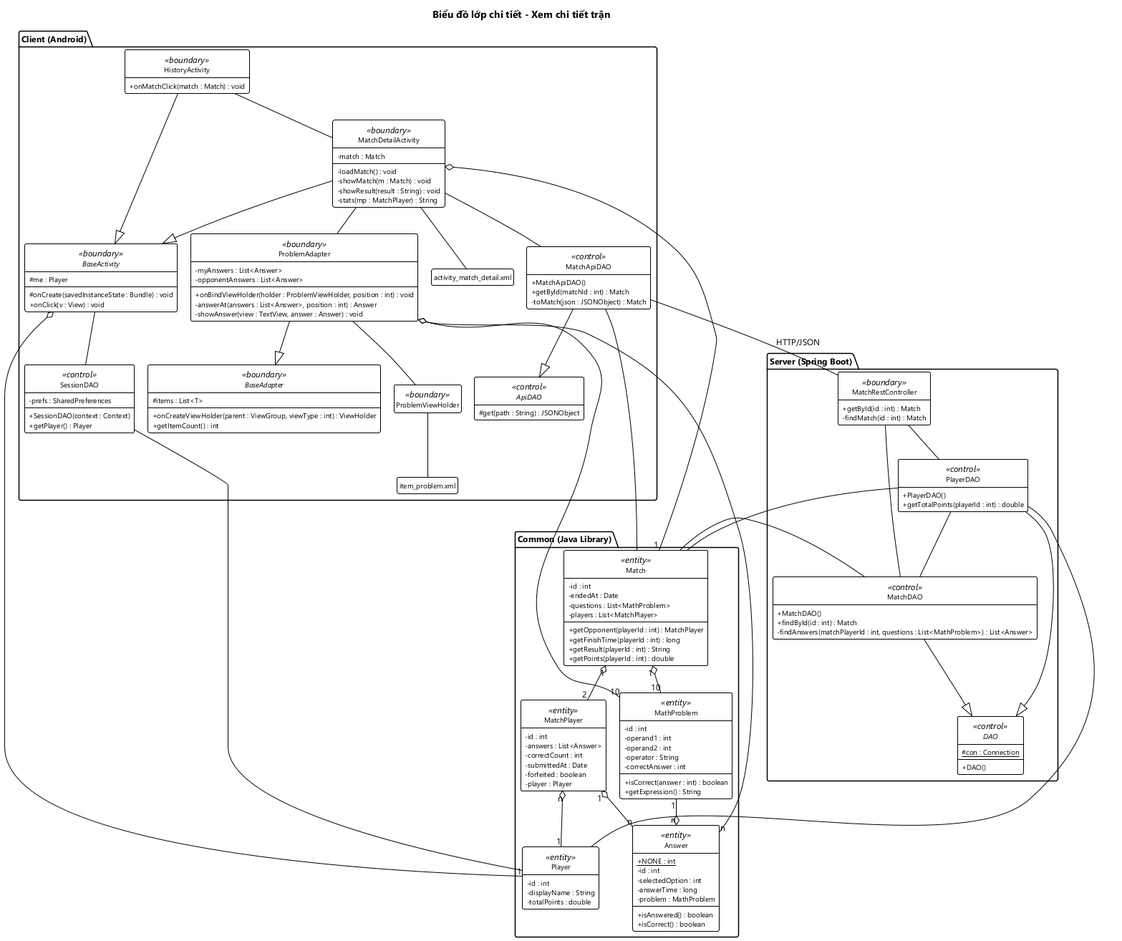
This is docs/hung/lop-thiet-ke-xem-chi-tiet-tran.png from HungNguyenBa1811/math-dash, a PlantUML export, as it was before one commit.
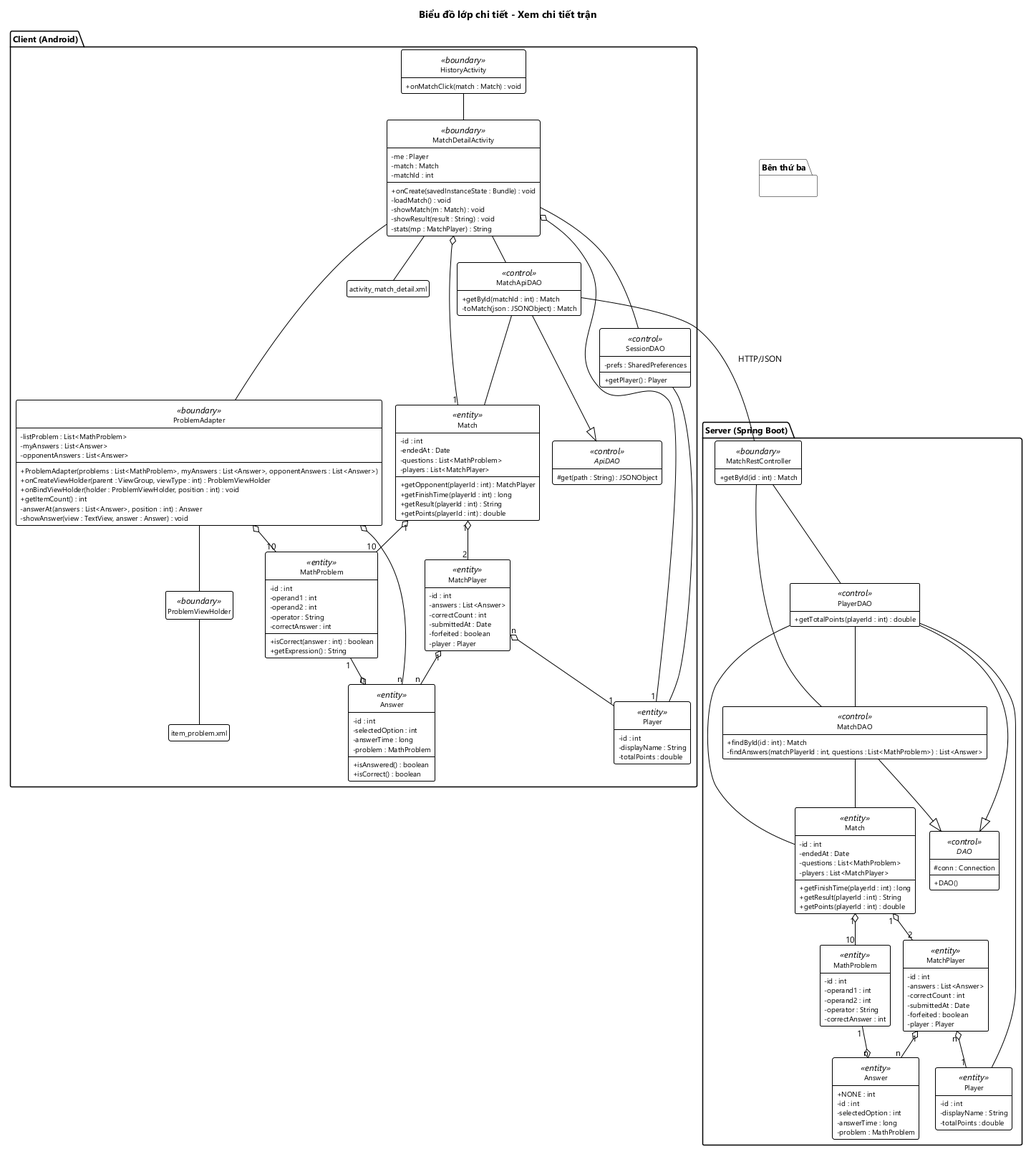
Later version of the same file.

Diff of the diagram source:
```diff
@@ -3,30 +3,27 @@
 title Biểu đồ lớp chi tiết - Xem chi tiết trận
 
 package "Client (Android)" as PC {
-  abstract class BaseActivity <<boundary>> {
-    # me : Player
-    # onCreate(savedInstanceState : Bundle) : void
-    + onClick(v : View) : void
-  }
-  abstract class BaseAdapter <<boundary>> {
-    # items : List<T>
-    + onCreateViewHolder(parent : ViewGroup, viewType : int) : ViewHolder
-    + getItemCount() : int
-  }
   class HistoryActivity <<boundary>> {
     + onMatchClick(match : Match) : void
   }
   class MatchDetailActivity <<boundary>> {
+    - me : Player
     - match : Match
+    - matchId : int
+    + onCreate(savedInstanceState : Bundle) : void
     - loadMatch() : void
     - showMatch(m : Match) : void
     - showResult(result : String) : void
     - stats(mp : MatchPlayer) : String
   }
   class ProblemAdapter <<boundary>> {
+    - listProblem : List<MathProblem>
     - myAnswers : List<Answer>
     - opponentAnswers : List<Answer>
+    + ProblemAdapter(problems : List<MathProblem>, myAnswers : List<Answer>, opponentAnswers : List<Answer>)
+    + onCreateViewHolder(parent : ViewGroup, viewType : int) : ProblemViewHolder
     + onBindViewHolder(holder : ProblemViewHolder, position : int) : void
+    + getItemCount() : int
     - answerAt(answers : List<Answer>, position : int) : Answer
     - showAnswer(view : TextView, answer : Answer) : void
   }
@@ -35,20 +32,15 @@
   class "item_problem.xml" as xmlItemProblem
   class SessionDAO <<control>> {
     - prefs : SharedPreferences
-    + SessionDAO(context : Context)
     + getPlayer() : Player
   }
   abstract class ApiDAO <<control>> {
     # get(path : String) : JSONObject
   }
   class MatchApiDAO <<control>> {
-    + MatchApiDAO()
     + getById(matchId : int) : Match
     - toMatch(json : JSONObject) : Match
   }
-}
-
-package "Common (Java Library)" as PM {
   class Player <<entity>> {
     - id : int
     - displayName : String
@@ -72,15 +64,6 @@
     - forfeited : boolean
     - player : Player
   }
-  class Answer <<entity>> {
-    + {static} NONE : int
-    - id : int
-    - selectedOption : int
-    - answerTime : long
-    - problem : MathProblem
-    + isAnswered() : boolean
-    + isCorrect() : boolean
-  }
   class MathProblem <<entity>> {
     - id : int
     - operand1 : int
@@ -90,42 +73,83 @@
     + isCorrect(answer : int) : boolean
     + getExpression() : String
   }
+  class Answer <<entity>> {
+    - id : int
+    - selectedOption : int
+    - answerTime : long
+    - problem : MathProblem
+    + isAnswered() : boolean
+    + isCorrect() : boolean
+  }
+}
+
+package "Bên thứ ba" as PT {
 }
 
 package "Server (Spring Boot)" as PS {
   class MatchRestController <<boundary>> {
     + getById(id : int) : Match
-    - findMatch(id : int) : Match
-  }
-  abstract class "DAO" as SDAO <<control>> {
-    # {static} con : Connection
-    + DAO()
   }
   class MatchDAO <<control>> {
-    + MatchDAO()
     + findById(id : int) : Match
     - findAnswers(matchPlayerId : int, questions : List<MathProblem>) : List<Answer>
   }
   class PlayerDAO <<control>> {
-    + PlayerDAO()
     + getTotalPoints(playerId : int) : double
+  }
+  abstract class "DAO" as SDAO <<control>> {
+    # conn : Connection
+    + DAO()
+  }
+  class "Player" as SPlayer <<entity>> {
+    - id : int
+    - displayName : String
+    - totalPoints : double
+  }
+  class "Match" as SMatch <<entity>> {
+    - id : int
+    - endedAt : Date
+    - questions : List<MathProblem>
+    - players : List<MatchPlayer>
+    + getFinishTime(playerId : int) : long
+    + getResult(playerId : int) : String
+    + getPoints(playerId : int) : double
+  }
+  class "MatchPlayer" as SMatchPlayer <<entity>> {
+    - id : int
+    - answers : List<Answer>
+    - correctCount : int
+    - submittedAt : Date
+    - forfeited : boolean
+    - player : Player
+  }
+  class "MathProblem" as SMathProblem <<entity>> {
+    - id : int
+    - operand1 : int
+    - operand2 : int
+    - operator : String
+    - correctAnswer : int
+  }
+  class "Answer" as SAnswer <<entity>> {
+    + NONE : int
+    - id : int
+    - selectedOption : int
+    - answerTime : long
+    - problem : MathProblem
   }
 }
 
-HistoryActivity --|> BaseActivity
-MatchDetailActivity --|> BaseActivity
-ProblemAdapter --|> BaseAdapter
-BaseActivity o-- "1" Player
-BaseActivity -- SessionDAO
 HistoryActivity -- MatchDetailActivity
+MatchDetailActivity -- xmlDetail
 MatchDetailActivity -- ProblemAdapter
+MatchDetailActivity -- SessionDAO
+MatchDetailActivity -- MatchApiDAO
+MatchDetailActivity o-- "1" Player
+MatchDetailActivity o-- "1" Match
 ProblemAdapter -- ProblemViewHolder
-MatchDetailActivity -- xmlDetail
 ProblemViewHolder -- xmlItemProblem
-MatchDetailActivity o-- "1" Match
 ProblemAdapter o-- "10" MathProblem
 ProblemAdapter o-- "n" Answer
-MatchDetailActivity -- MatchApiDAO
 MatchApiDAO --|> ApiDAO
 SessionDAO -- Player
 MatchApiDAO -- Match
@@ -134,16 +158,23 @@
 MatchPlayer "n" o-- "1" Player
 MatchPlayer "1" o-- "n" Answer
 MathProblem "1" --o "n" Answer
+
 MatchRestController -- MatchDAO
 MatchRestController -- PlayerDAO
 PlayerDAO -- MatchDAO
 MatchDAO --|> SDAO
 PlayerDAO --|> SDAO
-MatchDAO -- Match
-PlayerDAO -- Player
-PlayerDAO -- Match
+MatchDAO -- SMatch
+PlayerDAO -- SPlayer
+PlayerDAO -- SMatch
+SMatch "1" o-- "2" SMatchPlayer
+SMatch "1" o-- "10" SMathProblem
+SMatchPlayer "n" o-- "1" SPlayer
+SMatchPlayer "1" o-- "n" SAnswer
+SMathProblem "1" --o "n" SAnswer
+
 MatchApiDAO -- MatchRestController : HTTP/JSON
 
-PC -[hidden]down- PM
-PM -[hidden]down- PS
+PC -[hidden]down- PT
+PT -[hidden]down- PS
 @enduml
```
